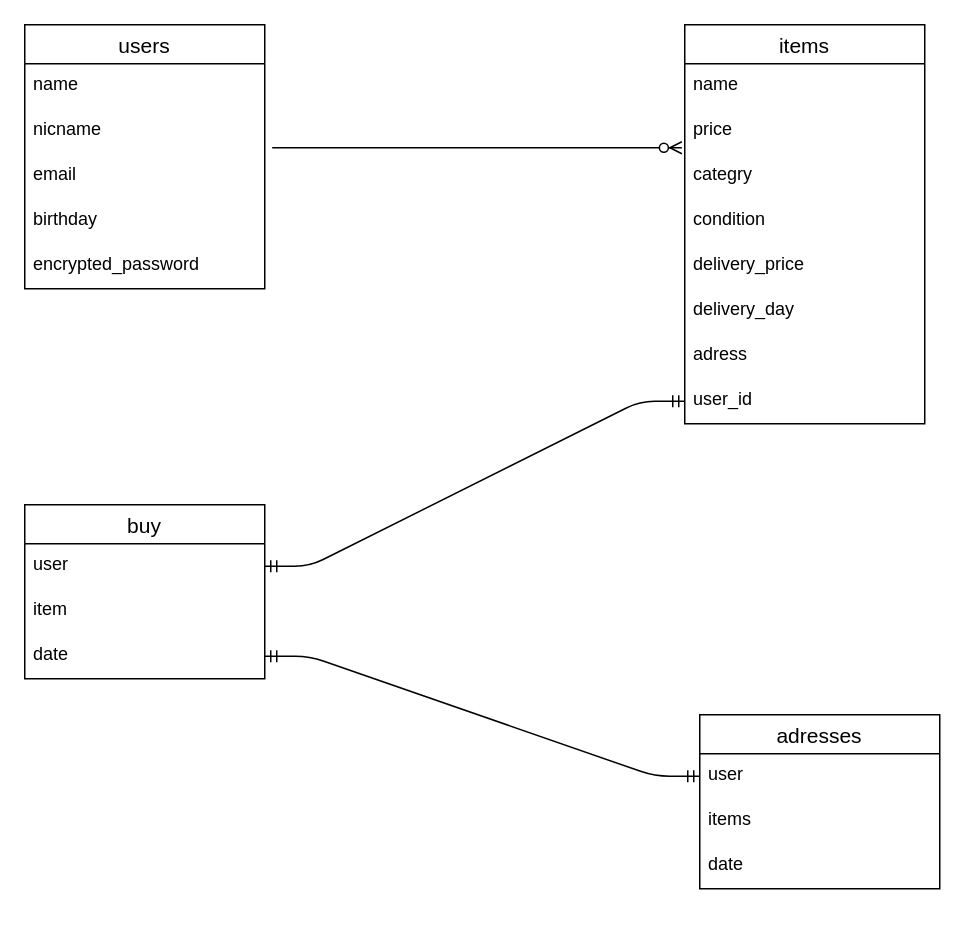
Before: furima.dio in oda27/furima-38275, a draw.io diagram. Source tidied: cells renumbered, new cells numbered last; positions are measured from the earlier drawing's top-left corner, leaving out a move shared by most shapes. Both pictures are drawn from the tidied source at 150%, with x=0, y=0 at pixel (24, 24).
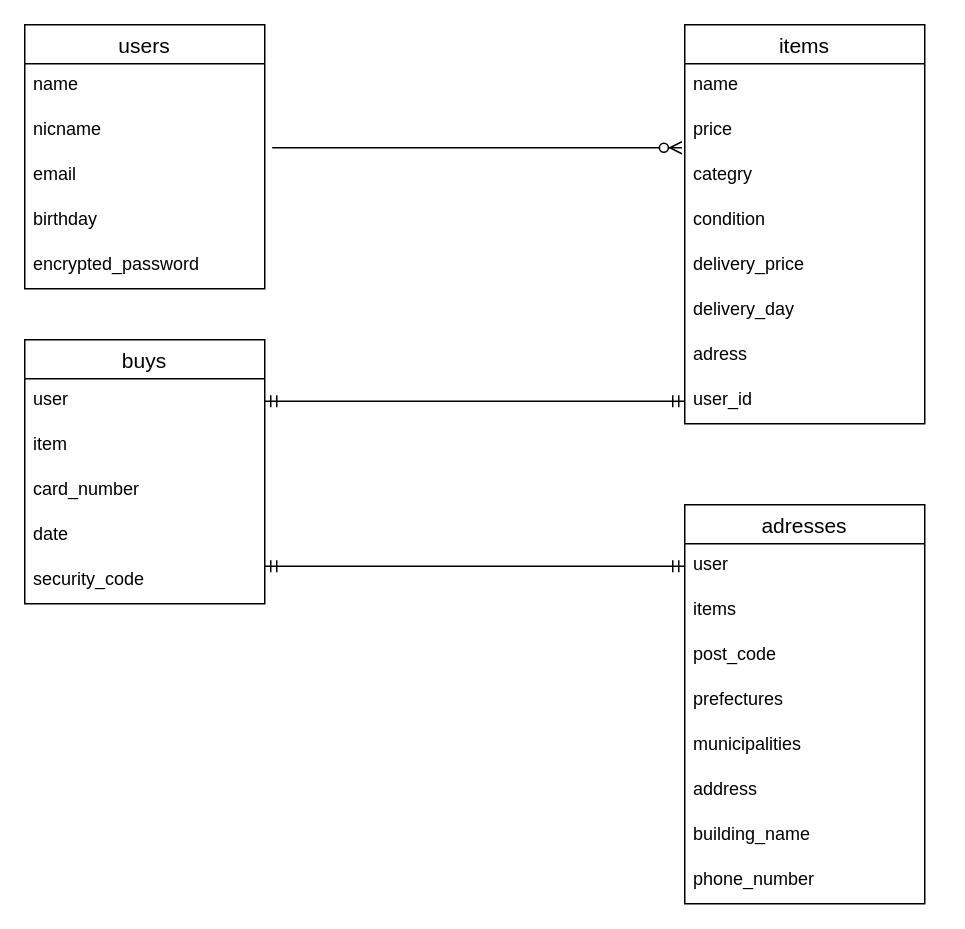
The same diagram, later.

Commit message (it also covers changes not shown here):
データベース設計

Unchanged cells that the change refers to:
```xml
<mxCell id="13" value="user" style="text;strokeColor=none;fillColor=none;spacingLeft=4;spacingRight=4;overflow=hidden;points=[[0,0.5],[1,0.5]];portConstraint=eastwest;fontSize=12;" parent="12" vertex="1">
  <mxGeometry y="26" width="160" height="30" as="geometry" />
</mxCell>
```

What changed in the source:
```diff
@@
-    <mxCell id="8" value="buy" style="swimlane;fontStyle=0;horizontal=1;startSize=26;align=center;fontSize=14;" parent="1" vertex="1">
-      <mxGeometry y="320" width="160" height="116" as="geometry" />
+    <mxCell id="8" value="buys" style="swimlane;fontStyle=0;horizontal=1;startSize=26;align=center;fontSize=14;" parent="1" vertex="1">
+      <mxGeometry y="210" width="160" height="176" as="geometry" />
     </mxCell>
@@
-    <mxCell id="11" value="date" style="text;strokeColor=none;fillColor=none;spacingLeft=4;spacingRight=4;overflow=hidden;points=[[0,0.5],[1,0.5]];portConstraint=eastwest;fontSize=12;" parent="8" vertex="1">
+    <mxCell id="11" value="card_number" style="text;strokeColor=none;fillColor=none;spacingLeft=4;spacingRight=4;overflow=hidden;points=[[0,0.5],[1,0.5]];portConstraint=eastwest;fontSize=12;" parent="8" vertex="1">
       <mxGeometry y="86" width="160" height="30" as="geometry" />
     </mxCell>
+    <mxCell id="29" value="date" style="text;strokeColor=none;fillColor=none;spacingLeft=4;spacingRight=4;overflow=hidden;fontSize=12;" parent="8" vertex="1">
+      <mxGeometry y="116" width="160" height="30" as="geometry" />
+    </mxCell>
+    <mxCell id="30" value="security_code" style="text;strokeColor=none;fillColor=none;spacingLeft=4;spacingRight=4;overflow=hidden;fontSize=12;" parent="8" vertex="1">
+      <mxGeometry y="146" width="160" height="30" as="geometry" />
+    </mxCell>
     <mxCell id="12" value="adresses" style="swimlane;fontStyle=0;horizontal=1;startSize=26;align=center;fontSize=14;" parent="1" vertex="1">
-      <mxGeometry x="450" y="460" width="160" height="116" as="geometry" />
+      <mxGeometry x="440" y="320" width="160" height="266" as="geometry" />
     </mxCell>
@@
-    <mxCell id="15" value="date" style="text;strokeColor=none;fillColor=none;spacingLeft=4;spacingRight=4;overflow=hidden;fontSize=12;" parent="12" vertex="1">
+    <mxCell id="15" value="post_code" style="text;strokeColor=none;fillColor=none;spacingLeft=4;spacingRight=4;overflow=hidden;fontSize=12;" parent="12" vertex="1">
       <mxGeometry y="86" width="160" height="30" as="geometry" />
     </mxCell>
+    <mxCell id="31" value="prefectures" style="text;strokeColor=none;fillColor=none;spacingLeft=4;spacingRight=4;overflow=hidden;fontSize=12;" parent="12" vertex="1">
+      <mxGeometry y="116" width="160" height="30" as="geometry" />
+    </mxCell>
+    <mxCell id="32" value="municipalities" style="text;strokeColor=none;fillColor=none;spacingLeft=4;spacingRight=4;overflow=hidden;fontSize=12;" parent="12" vertex="1">
+      <mxGeometry y="146" width="160" height="30" as="geometry" />
+    </mxCell>
+    <mxCell id="33" value="address" style="text;strokeColor=none;fillColor=none;spacingLeft=4;spacingRight=4;overflow=hidden;fontSize=12;" parent="12" vertex="1">
+      <mxGeometry y="176" width="160" height="30" as="geometry" />
+    </mxCell>
+    <mxCell id="34" value="building_name" style="text;strokeColor=none;fillColor=none;spacingLeft=4;spacingRight=4;overflow=hidden;fontSize=12;" parent="12" vertex="1">
+      <mxGeometry y="206" width="160" height="30" as="geometry" />
+    </mxCell>
+    <mxCell id="35" value="phone_number" style="text;strokeColor=none;fillColor=none;spacingLeft=4;spacingRight=4;overflow=hidden;fontSize=12;" parent="12" vertex="1">
+      <mxGeometry y="236" width="160" height="30" as="geometry" />
+    </mxCell>
@@
-    <mxCell id="27" style="edgeStyle=entityRelationEdgeStyle;fontSize=12;html=1;endArrow=ERmandOne;startArrow=ERmandOne;entryX=0;entryY=0.5;entryDx=0;entryDy=0;exitX=1;exitY=0.5;exitDx=0;exitDy=0;" parent="1" edge="1" source="11" target="13">
-      <mxGeometry relative="1" as="geometry" />
+    <mxCell id="27" style="edgeStyle=entityRelationEdgeStyle;fontSize=12;html=1;endArrow=ERmandOne;startArrow=ERmandOne;entryX=0;entryY=0.5;entryDx=0;entryDy=0;" parent="1" edge="1" target="13">
+      <mxGeometry relative="1" as="geometry">
+        <mxPoint x="160" y="361" as="sourcePoint" />
+      </mxGeometry>
     </mxCell>
```
